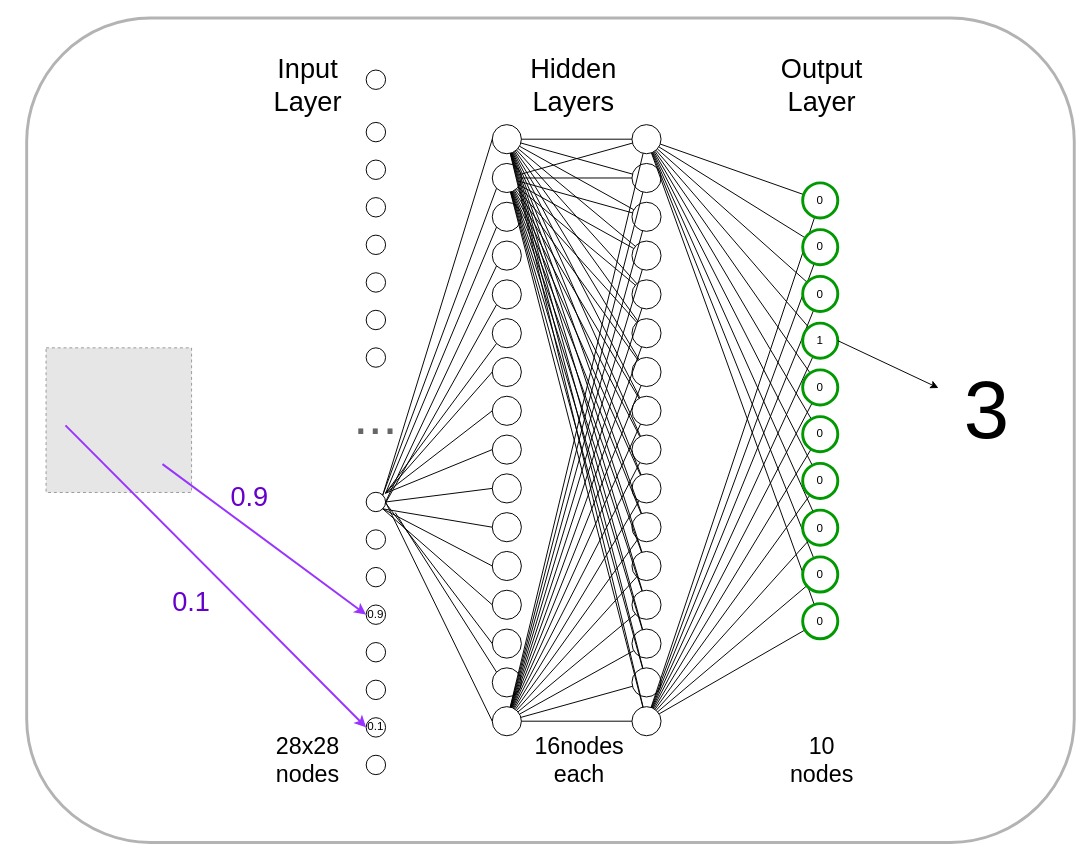
Above: neural-net.drawio in chnoack/diagrams (draw.io), before the change. Source tidied: cells renumbered, new cells numbered last; positions are measured from the earlier drawing's top-left corner, leaving out a move shared by most shapes. Both pictures are drawn from the tidied source at 97%, with x=0, y=0 at pixel (26, 17). Pictures stored in the file or linked from it are replaced by grey dashed boxes.
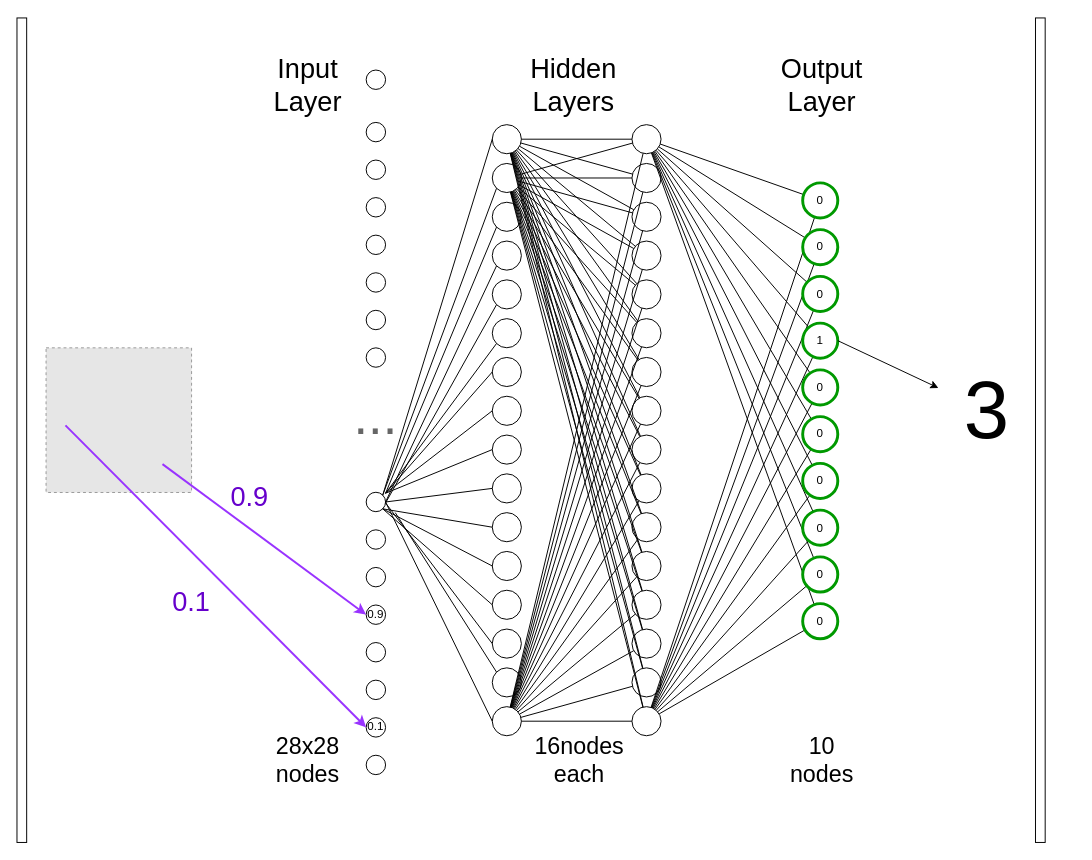
After the change.

What changed in the source:
```diff
@@
-    <mxCell id="2" style="rounded=1;whiteSpace=wrap;html=1;strokeColor=#B3B3B3;strokeWidth=3;" parent="1" vertex="1">
-      <mxGeometry width="1080" height="850" as="geometry" />
-    </mxCell>
@@
+    <mxCell id="160" style="rounded=0;whiteSpace=wrap;html=1;" parent="1" vertex="1">
+      <mxGeometry x="1040" width="10" height="850" as="geometry" />
+    </mxCell>
+    <mxCell id="161" style="rounded=0;whiteSpace=wrap;html=1;" parent="1" vertex="1">
+      <mxGeometry x="-10" width="10" height="850" as="geometry" />
+    </mxCell>
```
